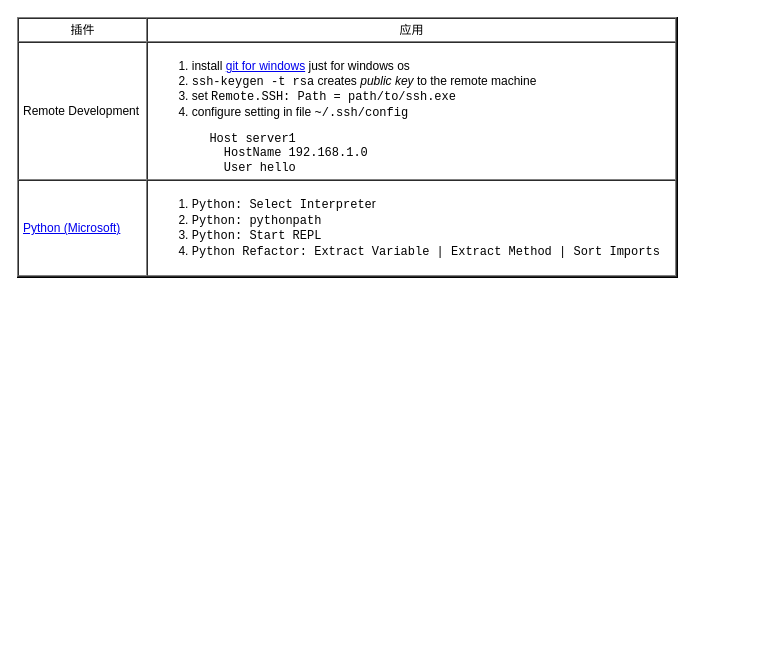
Before: page "plugins" (4 of 4) of editor/vscode/vscode.drawio in yangdj/tf_docs, a draw.io diagram. Source tidied: cells renumbered, new cells numbered last; positions are measured from the earlier drawing's top-left corner, leaving out a move shared by most shapes. Both pictures are drawn from the tidied source at 100%, with x=0, y=0 at pixel (17, 17).
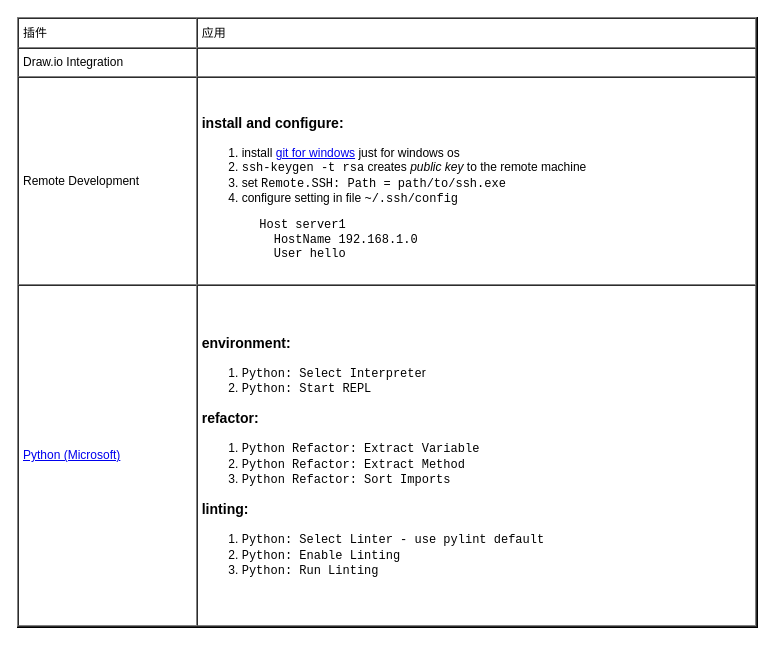
Above is the later version.

The edit, as a diff of the source:
```diff
@@
 <mxGraphModel>
   <root>
     <mxCell id="0" />
     <mxCell id="1" parent="0" />
-    <mxCell id="2" value="&lt;table cellpadding=&quot;4&quot; cellspacing=&quot;0&quot; border=&quot;1&quot; style=&quot;font-size: 1em ; width: 100% ; height: 100%&quot;&gt;&lt;tbody&gt;&lt;tr&gt;&lt;th style=&quot;text-align: center&quot;&gt;&lt;span style=&quot;font-weight: normal&quot;&gt;插件&lt;/span&gt;&lt;/th&gt;&lt;th style=&quot;text-align: center&quot;&gt;&lt;span style=&quot;font-weight: normal&quot;&gt;应用&lt;/span&gt;&lt;/th&gt;&lt;/tr&gt;&lt;tr&gt;&lt;td&gt;Remote Development&lt;/td&gt;&lt;td&gt;&lt;ol&gt;&lt;li&gt;install &lt;a href=&quot;https://git-scm.com/download/win&quot;&gt;git for windows&lt;/a&gt;&amp;nbsp;just for windows os&lt;/li&gt;&lt;li&gt;&lt;font face=&quot;Courier New&quot;&gt;ssh-keygen -t rsa&lt;/font&gt;&amp;nbsp;creates &lt;i&gt;public key&lt;/i&gt; to the remote machine&lt;/li&gt;&lt;li&gt;set &lt;font face=&quot;Courier New&quot;&gt;Remote.SSH: Path = path/to/ssh.exe&lt;/font&gt;&lt;/li&gt;&lt;li&gt;configure setting in file &lt;font face=&quot;Courier New&quot;&gt;~/.ssh/config&lt;/font&gt;&lt;/li&gt;&lt;/ol&gt;&lt;div&gt;&lt;font face=&quot;Courier New&quot;&gt;&lt;div&gt;&amp;nbsp; &amp;nbsp; &amp;nbsp; &amp;nbsp; Host server1&lt;/div&gt;&lt;div&gt;&amp;nbsp; &amp;nbsp; &amp;nbsp; &amp;nbsp; &amp;nbsp; HostName 192.168.1.0&lt;/div&gt;&lt;div&gt;&amp;nbsp; &amp;nbsp; &amp;nbsp; &amp;nbsp; &amp;nbsp; User hello&lt;/div&gt;&lt;/font&gt;&lt;/div&gt;&lt;/td&gt;&lt;/tr&gt;&lt;tr&gt;&lt;td&gt;&lt;a href=&quot;https://code.visualstudio.com/docs/python/python-tutorial&quot;&gt;Python (Microsoft)&lt;/a&gt;&lt;/td&gt;&lt;td&gt;&lt;ol&gt;&lt;li&gt;&lt;font face=&quot;Courier New&quot;&gt;Python: Select Interprete&lt;/font&gt;r&lt;/li&gt;&lt;li&gt;&lt;font face=&quot;Courier New&quot;&gt;Python: pythonpath&lt;/font&gt;&lt;/li&gt;&lt;li&gt;&lt;font face=&quot;Courier New&quot;&gt;Python: Start REPL&lt;/font&gt;&lt;/li&gt;&lt;li&gt;&lt;font face=&quot;Courier New&quot;&gt;Python Refactor: Extract Variable | Extract Method | Sort Imports&lt;br&gt;&lt;/font&gt;&lt;/li&gt;&lt;/ol&gt;&lt;/td&gt;&lt;/tr&gt;&lt;/tbody&gt;&lt;/table&gt; " style="verticalAlign=top;align=left;overflow=fill;fontSize=12;fontFamily=Helvetica;html=1;" parent="1" vertex="1">
-      <mxGeometry width="660" height="260" as="geometry" />
+    <mxCell id="2" value="&lt;table cellpadding=&quot;4&quot; cellspacing=&quot;0&quot; border=&quot;1&quot; style=&quot;font-size: 1em ; width: 100% ; height: 100%&quot;&gt;&lt;tbody&gt;&lt;tr&gt;&lt;th&gt;&lt;span style=&quot;font-weight: normal&quot;&gt;插件&lt;/span&gt;&lt;/th&gt;&lt;th&gt;&lt;span style=&quot;font-weight: normal&quot;&gt;应用&lt;/span&gt;&lt;/th&gt;&lt;/tr&gt;&lt;tr&gt;&lt;td&gt;Draw.io Integration&lt;/td&gt;&lt;td&gt;&lt;br&gt;&lt;/td&gt;&lt;/tr&gt;&lt;tr&gt;&lt;td&gt;Remote Development&lt;/td&gt;&lt;td&gt;&lt;h3&gt;install and configure:&lt;/h3&gt;&lt;ol&gt;&lt;li&gt;install &lt;a href=&quot;https://git-scm.com/download/win&quot;&gt;git for windows&lt;/a&gt;&amp;nbsp;just for windows os&lt;/li&gt;&lt;li&gt;&lt;font face=&quot;Courier New&quot;&gt;ssh-keygen -t rsa&lt;/font&gt;&amp;nbsp;creates &lt;i&gt;public key&lt;/i&gt; to the remote machine&lt;/li&gt;&lt;li&gt;set &lt;font face=&quot;Courier New&quot;&gt;Remote.SSH: Path = path/to/ssh.exe&lt;/font&gt;&lt;/li&gt;&lt;li&gt;configure setting in file &lt;font face=&quot;Courier New&quot;&gt;~/.ssh/config&lt;/font&gt;&lt;/li&gt;&lt;/ol&gt;&lt;div&gt;&lt;font face=&quot;Courier New&quot;&gt;&lt;div&gt;&amp;nbsp; &amp;nbsp; &amp;nbsp; &amp;nbsp; Host server1&lt;/div&gt;&lt;div&gt;&amp;nbsp; &amp;nbsp; &amp;nbsp; &amp;nbsp; &amp;nbsp; HostName 192.168.1.0&lt;/div&gt;&lt;div&gt;&amp;nbsp; &amp;nbsp; &amp;nbsp; &amp;nbsp; &amp;nbsp; User hello&lt;/div&gt;&lt;/font&gt;&lt;/div&gt;&lt;/td&gt;&lt;/tr&gt;&lt;tr&gt;&lt;td&gt;&lt;a href=&quot;https://code.visualstudio.com/docs/python/python-tutorial&quot;&gt;Python (Microsoft)&lt;/a&gt;&lt;/td&gt;&lt;td&gt;&lt;h3&gt;environment:&lt;/h3&gt;&lt;ol&gt;&lt;li&gt;&lt;font face=&quot;Courier New&quot;&gt;Python: Select Interprete&lt;/font&gt;r&lt;/li&gt;&lt;li&gt;&lt;font face=&quot;Courier New&quot;&gt;Python: Start REPL&lt;/font&gt;&lt;/li&gt;&lt;/ol&gt;&lt;h3&gt;refactor:&lt;/h3&gt;&lt;ol&gt;&lt;li&gt;&lt;font face=&quot;Courier New&quot;&gt;Python Refactor: Extract Variable&lt;/font&gt;&lt;/li&gt;&lt;li&gt;&lt;font face=&quot;Courier New&quot;&gt;Python Refactor: Extract Method&lt;/font&gt;&lt;/li&gt;&lt;li&gt;&lt;font face=&quot;Courier New&quot;&gt;Python Refactor: Sort Imports&lt;br&gt;&lt;/font&gt;&lt;/li&gt;&lt;/ol&gt;&lt;h3&gt;linting:&lt;/h3&gt;&lt;div&gt;&lt;ol&gt;&lt;li&gt;&lt;font face=&quot;Courier New&quot;&gt;Python: Select Linter - use pylint default&lt;/font&gt;&lt;/li&gt;&lt;li&gt;&lt;font face=&quot;Courier New&quot;&gt;Python: Enable Linting&lt;/font&gt;&lt;/li&gt;&lt;li&gt;&lt;font face=&quot;Courier New&quot;&gt;Python: Run Linting&lt;/font&gt;&lt;/li&gt;&lt;/ol&gt;&lt;/div&gt;&lt;/td&gt;&lt;/tr&gt;&lt;/tbody&gt;&lt;/table&gt; " style="verticalAlign=top;align=left;overflow=fill;fontSize=12;fontFamily=Helvetica;html=1;" parent="1" vertex="1">
+      <mxGeometry width="740" height="610" as="geometry" />
     </mxCell>
   </root>
 </mxGraphModel>
```
